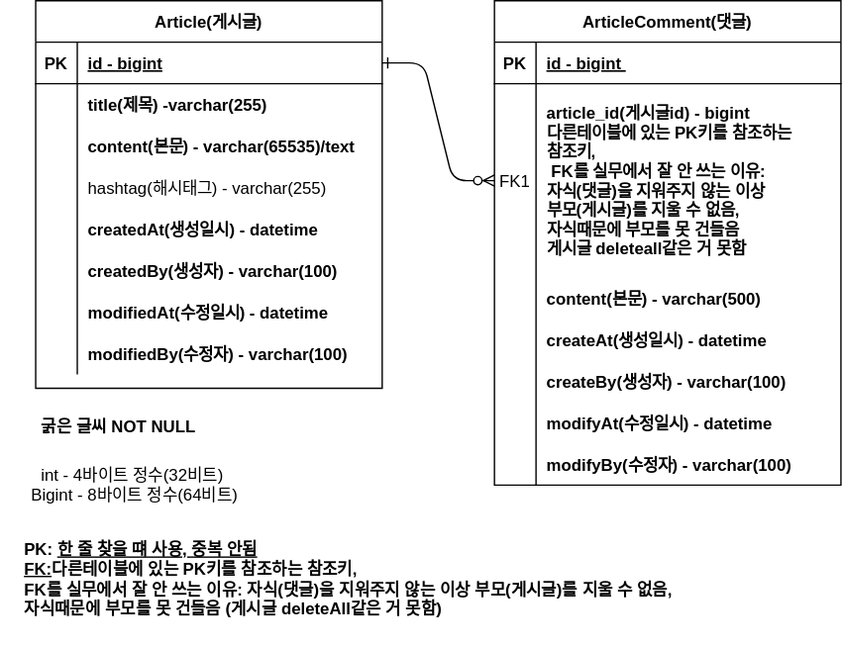
whalestar2/board keeps this draw.io diagram as document/erd.svg. Above is the earlier version. Source tidied: cells renumbered, new cells last; positions are measured from the earlier drawing's top-left corner, leaving out a move shared by most shapes.
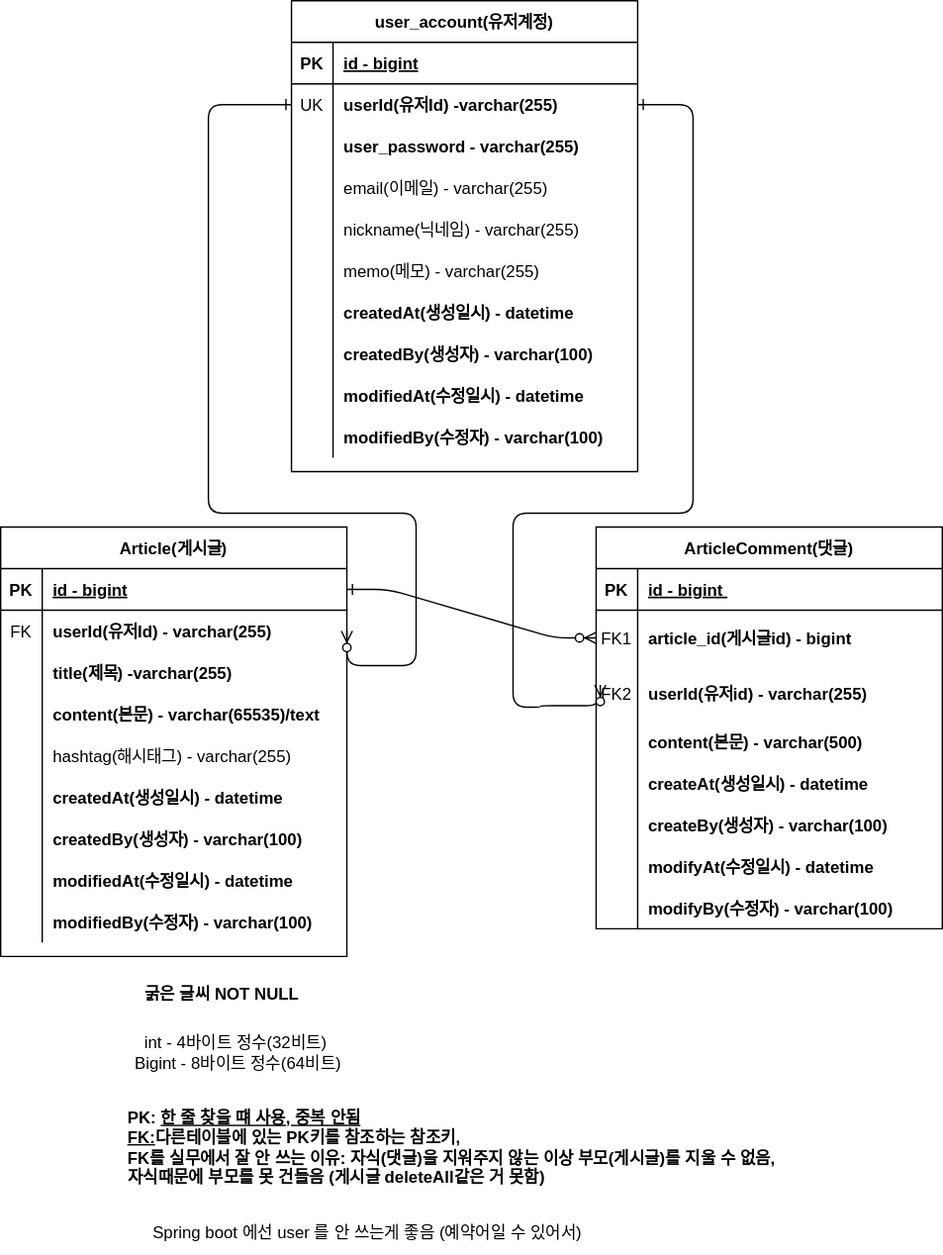
The same diagram one commit later.

The edit, as a diff of the source:
```diff
@@ -5,6 +5,10 @@
     <mxCell id="2" style="edgeStyle=entityRelationEdgeStyle;endArrow=ERzeroToMany;startArrow=ERone;endFill=1;startFill=0;" parent="1" edge="1" source="26" target="7">
-      <mxGeometry relative="1" as="geometry" />
+      <mxGeometry relative="1" as="geometry">
+        <Array as="points">
+          <mxPoint x="265" y="50" />
+        </Array>
+      </mxGeometry>
     </mxCell>
     <mxCell id="3" value="ArticleComment(댓글)" style="shape=table;startSize=30;rowLines=0;fontStyle=1;align=center;" parent="1" vertex="1">
-      <mxGeometry x="356" width="250" height="350" as="geometry" />
+      <mxGeometry x="355" y="-30" width="250" height="290" as="geometry" />
     </mxCell>
@@ -20,12 +24,21 @@
     <mxCell id="7" style="shape=partialRectangle;fillColor=none;points=[[0,0.5],[1,0.5]];portConstraint=eastwest;top=0;left=0;right=0;bottom=0;" parent="3" vertex="1">
-      <mxGeometry y="60" width="250" height="140" as="geometry" />
+      <mxGeometry y="60" width="250" height="40" as="geometry" />
     </mxCell>
     <mxCell id="8" value="FK1" style="shape=partialRectangle;overflow=hidden;fillColor=none;top=0;left=0;bottom=0;right=0;" parent="7" vertex="1">
-      <mxGeometry width="30" height="140" as="geometry" />
+      <mxGeometry width="30" height="40" as="geometry" />
     </mxCell>
-    <mxCell id="9" value="article_id(게시글id) - bigint &#10;다른테이블에 있는 PK키를 참조하는 &#10;참조키,&#10; FK를 실무에서 잘 안 쓰는 이유: &#10;자식(댓글)을 지워주지 않는 이상 &#10;부모(게시글)를 지울 수 없음, &#10;자식때문에 부모를 못 건들음 &#10;게시글 deleteall같은 거 못함" style="shape=partialRectangle;overflow=hidden;fillColor=none;top=0;left=0;bottom=0;right=0;align=left;spacingLeft=6;fontStyle=1;" parent="7" vertex="1">
-      <mxGeometry x="30" width="220" height="140" as="geometry" />
+    <mxCell id="9" value="article_id(게시글id) - bigint " style="shape=partialRectangle;overflow=hidden;fillColor=none;top=0;left=0;bottom=0;right=0;align=left;spacingLeft=6;fontStyle=1;" parent="7" vertex="1">
+      <mxGeometry x="30" width="220" height="40" as="geometry" />
     </mxCell>
+    <mxCell id="53" style="shape=partialRectangle;fillColor=none;points=[[0,0.5],[1,0.5]];portConstraint=eastwest;top=0;left=0;right=0;bottom=0;" parent="3" vertex="1">
+      <mxGeometry y="100" width="250" height="40" as="geometry" />
+    </mxCell>
+    <mxCell id="54" value="FK2" style="shape=partialRectangle;overflow=hidden;fillColor=none;top=0;left=0;bottom=0;right=0;" parent="53" vertex="1">
+      <mxGeometry width="30" height="40" as="geometry" />
+    </mxCell>
+    <mxCell id="55" value="userId(유저id) - varchar(255)" style="shape=partialRectangle;overflow=hidden;fillColor=none;top=0;left=0;bottom=0;right=0;align=left;spacingLeft=6;fontStyle=1;" parent="53" vertex="1">
+      <mxGeometry x="30" width="220" height="40" as="geometry" />
+    </mxCell>
     <mxCell id="10" style="shape=partialRectangle;fillColor=none;top=0;left=0;right=0;bottom=0;" parent="3" vertex="1">
-      <mxGeometry y="200" width="250" height="30" as="geometry" />
+      <mxGeometry y="140" width="250" height="30" as="geometry" />
     </mxCell>
@@ -38,3 +51,3 @@
     <mxCell id="13" style="shape=partialRectangle;fillColor=none;top=0;left=0;right=0;bottom=0;" parent="3" vertex="1">
-      <mxGeometry y="230" width="250" height="30" as="geometry" />
+      <mxGeometry y="170" width="250" height="30" as="geometry" />
     </mxCell>
@@ -47,3 +60,3 @@
     <mxCell id="16" style="shape=partialRectangle;fillColor=none;top=0;left=0;right=0;bottom=0;" parent="3" vertex="1">
-      <mxGeometry y="260" width="250" height="30" as="geometry" />
+      <mxGeometry y="200" width="250" height="30" as="geometry" />
     </mxCell>
@@ -56,3 +69,3 @@
     <mxCell id="19" style="shape=partialRectangle;fillColor=none;top=0;left=0;right=0;bottom=0;" parent="3" vertex="1">
-      <mxGeometry y="290" width="250" height="30" as="geometry" />
+      <mxGeometry y="230" width="250" height="30" as="geometry" />
     </mxCell>
@@ -65,3 +78,3 @@
     <mxCell id="22" style="shape=partialRectangle;fillColor=none;top=0;left=0;right=0;bottom=0;" parent="3" vertex="1">
-      <mxGeometry y="320" width="250" height="30" as="geometry" />
+      <mxGeometry y="260" width="250" height="30" as="geometry" />
     </mxCell>
@@ -74,3 +87,3 @@
     <mxCell id="25" value="Article(게시글)" style="shape=table;startSize=30;rowLines=0;fontStyle=1;align=center;" parent="1" vertex="1">
-      <mxGeometry x="25" width="250" height="280" as="geometry" />
+      <mxGeometry x="-75" y="-30" width="250" height="310" as="geometry" />
     </mxCell>
@@ -88,10 +101,19 @@
     </mxCell>
-    <mxCell id="30" style="shape=partialRectangle;overflow=hidden;fillColor=none;top=0;left=0;bottom=0;right=0;" parent="29" vertex="1">
+    <mxCell id="30" value="FK" style="shape=partialRectangle;overflow=hidden;fillColor=none;top=0;left=0;bottom=0;right=0;" parent="29" vertex="1">
       <mxGeometry width="30" height="30" as="geometry" />
     </mxCell>
-    <mxCell id="31" value="title(제목) -varchar(255)" style="shape=partialRectangle;overflow=hidden;fillColor=none;top=0;left=0;bottom=0;right=0;align=left;spacingLeft=6;fontStyle=1;" parent="29" vertex="1">
+    <mxCell id="31" value="userId(유저Id) - varchar(255)" style="shape=partialRectangle;overflow=hidden;fillColor=none;top=0;left=0;bottom=0;right=0;align=left;spacingLeft=6;fontStyle=1;" parent="29" vertex="1">
       <mxGeometry x="30" width="220" height="30" as="geometry" />
     </mxCell>
+    <mxCell id="56" style="shape=partialRectangle;fillColor=none;top=0;left=0;right=0;bottom=0;" parent="25" vertex="1">
+      <mxGeometry y="90" width="250" height="30" as="geometry" />
+    </mxCell>
+    <mxCell id="57" style="shape=partialRectangle;overflow=hidden;fillColor=none;top=0;left=0;bottom=0;right=0;" parent="56" vertex="1">
+      <mxGeometry width="30" height="30" as="geometry" />
+    </mxCell>
+    <mxCell id="58" value="title(제목) -varchar(255)" style="shape=partialRectangle;overflow=hidden;fillColor=none;top=0;left=0;bottom=0;right=0;align=left;spacingLeft=6;fontStyle=1;" parent="56" vertex="1">
+      <mxGeometry x="30" width="220" height="30" as="geometry" />
+    </mxCell>
     <mxCell id="32" style="shape=partialRectangle;fillColor=none;top=0;left=0;right=0;bottom=0;" parent="25" vertex="1">
-      <mxGeometry y="90" width="250" height="30" as="geometry" />
+      <mxGeometry y="120" width="250" height="30" as="geometry" />
     </mxCell>
@@ -104,3 +126,3 @@
     <mxCell id="35" style="shape=partialRectangle;fillColor=none;top=0;left=0;right=0;bottom=0;" parent="25" vertex="1">
-      <mxGeometry y="120" width="250" height="30" as="geometry" />
+      <mxGeometry y="150" width="250" height="30" as="geometry" />
     </mxCell>
@@ -113,3 +135,3 @@
     <mxCell id="38" style="shape=partialRectangle;fillColor=none;top=0;left=0;right=0;bottom=0;" parent="25" vertex="1">
-      <mxGeometry y="150" width="250" height="30" as="geometry" />
+      <mxGeometry y="180" width="250" height="30" as="geometry" />
     </mxCell>
@@ -122,3 +144,3 @@
     <mxCell id="41" style="shape=partialRectangle;fillColor=none;top=0;left=0;right=0;bottom=0;" parent="25" vertex="1">
-      <mxGeometry y="180" width="250" height="30" as="geometry" />
+      <mxGeometry y="210" width="250" height="30" as="geometry" />
     </mxCell>
@@ -131,3 +153,3 @@
     <mxCell id="44" style="shape=partialRectangle;fillColor=none;top=0;left=0;right=0;bottom=0;" parent="25" vertex="1">
-      <mxGeometry y="210" width="250" height="30" as="geometry" />
+      <mxGeometry y="240" width="250" height="30" as="geometry" />
     </mxCell>
@@ -140,3 +162,3 @@
     <mxCell id="47" style="shape=partialRectangle;fillColor=none;top=0;left=0;right=0;bottom=0;" parent="25" vertex="1">
-      <mxGeometry y="240" width="250" height="30" as="geometry" />
+      <mxGeometry y="270" width="250" height="30" as="geometry" />
     </mxCell>
@@ -157,2 +179,120 @@
     </mxCell>
+    <mxCell id="59" value="Spring boot 에선 user 를 안 쓰는게 좋음 (예약어일 수 있어서)" style="text;html=1;align=center;verticalAlign=middle;whiteSpace=wrap;rounded=0;" parent="1" vertex="1">
+      <mxGeometry x="15" y="465" width="350" height="30" as="geometry" />
+    </mxCell>
+    <mxCell id="60" value="user_account(유저계정)" style="shape=table;startSize=30;rowLines=0;fontStyle=1;align=center;" parent="1" vertex="1">
+      <mxGeometry x="135" y="-410" width="250" height="340" as="geometry" />
+    </mxCell>
+    <mxCell id="61" style="shape=partialRectangle;fillColor=none;top=0;left=0;right=0;bottom=1;" parent="60" vertex="1">
+      <mxGeometry y="30" width="250" height="30" as="geometry" />
+    </mxCell>
+    <mxCell id="62" value="PK" style="shape=partialRectangle;overflow=hidden;fillColor=none;top=0;left=0;bottom=0;right=0;fontStyle=1;" parent="61" vertex="1">
+      <mxGeometry width="30" height="30" as="geometry" />
+    </mxCell>
+    <mxCell id="63" value="id - bigint" style="shape=partialRectangle;overflow=hidden;fillColor=none;top=0;left=0;bottom=0;right=0;align=left;spacingLeft=6;fontStyle=5;" parent="61" vertex="1">
+      <mxGeometry x="30" width="220" height="30" as="geometry" />
+    </mxCell>
+    <mxCell id="64" style="shape=partialRectangle;fillColor=none;points=[[0,0.5],[1,0.5]];portConstraint=eastwest;top=0;left=0;right=0;bottom=0;" parent="60" vertex="1">
+      <mxGeometry y="60" width="250" height="30" as="geometry" />
+    </mxCell>
+    <mxCell id="65" value="UK" style="shape=partialRectangle;overflow=hidden;fillColor=none;top=0;left=0;bottom=0;right=0;" parent="64" vertex="1">
+      <mxGeometry width="30" height="30" as="geometry" />
+    </mxCell>
+    <mxCell id="66" value="userId(유저Id) -varchar(255)" style="shape=partialRectangle;overflow=hidden;fillColor=none;top=0;left=0;bottom=0;right=0;align=left;spacingLeft=6;fontStyle=1;" parent="64" vertex="1">
+      <mxGeometry x="30" width="220" height="30" as="geometry" />
+    </mxCell>
+    <mxCell id="67" style="shape=partialRectangle;fillColor=none;top=0;left=0;right=0;bottom=0;" parent="60" vertex="1">
+      <mxGeometry y="90" width="250" height="30" as="geometry" />
+    </mxCell>
+    <mxCell id="68" style="shape=partialRectangle;overflow=hidden;fillColor=none;top=0;left=0;bottom=0;right=0;" parent="67" vertex="1">
+      <mxGeometry width="30" height="30" as="geometry" />
+    </mxCell>
+    <mxCell id="69" value="user_password - varchar(255)" style="shape=partialRectangle;overflow=hidden;fillColor=none;top=0;left=0;bottom=0;right=0;align=left;spacingLeft=6;fontStyle=1;" parent="67" vertex="1">
+      <mxGeometry x="30" width="220" height="30" as="geometry" />
+    </mxCell>
+    <mxCell id="70" style="shape=partialRectangle;fillColor=none;top=0;left=0;right=0;bottom=0;" parent="60" vertex="1">
+      <mxGeometry y="120" width="250" height="30" as="geometry" />
+    </mxCell>
+    <mxCell id="71" style="shape=partialRectangle;overflow=hidden;fillColor=none;top=0;left=0;bottom=0;right=0;" parent="70" vertex="1">
+      <mxGeometry width="30" height="30" as="geometry" />
+    </mxCell>
+    <mxCell id="72" value="email(이메일) - varchar(255)" style="shape=partialRectangle;overflow=hidden;fillColor=none;top=0;left=0;bottom=0;right=0;align=left;spacingLeft=6;" parent="70" vertex="1">
+      <mxGeometry x="30" width="220" height="30" as="geometry" />
+    </mxCell>
+    <mxCell id="73" style="shape=partialRectangle;fillColor=none;top=0;left=0;right=0;bottom=0;" parent="60" vertex="1">
+      <mxGeometry y="150" width="250" height="30" as="geometry" />
+    </mxCell>
+    <mxCell id="74" style="shape=partialRectangle;overflow=hidden;fillColor=none;top=0;left=0;bottom=0;right=0;" parent="73" vertex="1">
+      <mxGeometry width="30" height="30" as="geometry" />
+    </mxCell>
+    <mxCell id="75" value="nickname(닉네임) - varchar(255)" style="shape=partialRectangle;overflow=hidden;fillColor=none;top=0;left=0;bottom=0;right=0;align=left;spacingLeft=6;" parent="73" vertex="1">
+      <mxGeometry x="30" width="220" height="30" as="geometry" />
+    </mxCell>
+    <mxCell id="76" style="shape=partialRectangle;fillColor=none;top=0;left=0;right=0;bottom=0;" parent="60" vertex="1">
+      <mxGeometry y="180" width="250" height="30" as="geometry" />
+    </mxCell>
+    <mxCell id="77" style="shape=partialRectangle;overflow=hidden;fillColor=none;top=0;left=0;bottom=0;right=0;" parent="76" vertex="1">
+      <mxGeometry width="30" height="30" as="geometry" />
+    </mxCell>
+    <mxCell id="78" value="memo(메모) - varchar(255)" style="shape=partialRectangle;overflow=hidden;fillColor=none;top=0;left=0;bottom=0;right=0;align=left;spacingLeft=6;" parent="76" vertex="1">
+      <mxGeometry x="30" width="220" height="30" as="geometry" />
+    </mxCell>
+    <mxCell id="79" style="shape=partialRectangle;fillColor=none;top=0;left=0;right=0;bottom=0;" parent="60" vertex="1">
+      <mxGeometry y="210" width="250" height="30" as="geometry" />
+    </mxCell>
+    <mxCell id="80" value="            " style="shape=partialRectangle;overflow=hidden;fillColor=none;top=0;left=0;bottom=0;right=0;" parent="79" vertex="1">
+      <mxGeometry width="30" height="30" as="geometry" />
+    </mxCell>
+    <mxCell id="81" value="createdAt(생성일시) - datetime" style="shape=partialRectangle;overflow=hidden;fillColor=none;top=0;left=0;bottom=0;right=0;align=left;spacingLeft=6;fontStyle=1;" parent="79" vertex="1">
+      <mxGeometry x="30" width="220" height="30" as="geometry" />
+    </mxCell>
+    <mxCell id="82" style="shape=partialRectangle;fillColor=none;top=0;left=0;right=0;bottom=0;" parent="60" vertex="1">
+      <mxGeometry y="240" width="250" height="30" as="geometry" />
+    </mxCell>
+    <mxCell id="83" value="            " style="shape=partialRectangle;overflow=hidden;fillColor=none;top=0;left=0;bottom=0;right=0;" parent="82" vertex="1">
+      <mxGeometry width="30" height="30" as="geometry" />
+    </mxCell>
+    <mxCell id="84" value="createdBy(생성자) - varchar(100)" style="shape=partialRectangle;overflow=hidden;fillColor=none;top=0;left=0;bottom=0;right=0;align=left;spacingLeft=6;fontStyle=1;" parent="82" vertex="1">
+      <mxGeometry x="30" width="220" height="30" as="geometry" />
+    </mxCell>
+    <mxCell id="85" style="shape=partialRectangle;fillColor=none;top=0;left=0;right=0;bottom=0;" parent="60" vertex="1">
+      <mxGeometry y="270" width="250" height="30" as="geometry" />
+    </mxCell>
+    <mxCell id="86" value="            " style="shape=partialRectangle;overflow=hidden;fillColor=none;top=0;left=0;bottom=0;right=0;" parent="85" vertex="1">
+      <mxGeometry width="30" height="30" as="geometry" />
+    </mxCell>
+    <mxCell id="87" value="modifiedAt(수정일시) - datetime" style="shape=partialRectangle;overflow=hidden;fillColor=none;top=0;left=0;bottom=0;right=0;align=left;spacingLeft=6;fontStyle=1;" parent="85" vertex="1">
+      <mxGeometry x="30" width="220" height="30" as="geometry" />
+    </mxCell>
+    <mxCell id="88" style="shape=partialRectangle;fillColor=none;top=0;left=0;right=0;bottom=0;" parent="60" vertex="1">
+      <mxGeometry y="300" width="250" height="30" as="geometry" />
+    </mxCell>
+    <mxCell id="89" value="            " style="shape=partialRectangle;overflow=hidden;fillColor=none;top=0;left=0;bottom=0;right=0;" parent="88" vertex="1">
+      <mxGeometry width="30" height="30" as="geometry" />
+    </mxCell>
+    <mxCell id="90" value="modifiedBy(수정자) - varchar(100)" style="shape=partialRectangle;overflow=hidden;fillColor=none;top=0;left=0;bottom=0;right=0;align=left;spacingLeft=6;fontStyle=1;" parent="88" vertex="1">
+      <mxGeometry x="30" width="220" height="30" as="geometry" />
+    </mxCell>
+    <mxCell id="91" style="fontSize=12;html=1;endArrow=ERzeroToMany;endFill=1;rounded=1;exitX=0;exitY=0.5;exitDx=0;exitDy=0;edgeStyle=orthogonalEdgeStyle;entryX=1;entryY=0.5;entryDx=0;entryDy=0;startArrow=ERone;startFill=0;curved=0;" parent="1" edge="1" source="64" target="29">
+      <mxGeometry relative="1" as="geometry">
+        <Array as="points">
+          <mxPoint x="75" y="-335" />
+          <mxPoint x="75" y="-40" />
+          <mxPoint x="225" y="-40" />
+          <mxPoint x="225" y="70" />
+        </Array>
+      </mxGeometry>
+    </mxCell>
+    <mxCell id="92" style="fontSize=12;html=1;endArrow=ERzeroToMany;endFill=1;rounded=1;exitX=1;exitY=0.5;exitDx=0;exitDy=0;edgeStyle=orthogonalEdgeStyle;entryX=0.012;entryY=0.35;entryDx=0;entryDy=0;startArrow=ERone;startFill=0;curved=0;entryPerimeter=0;" parent="1" edge="1" source="64" target="53">
+      <mxGeometry relative="1" as="geometry">
+        <Array as="points">
+          <mxPoint x="425" y="-335" />
+          <mxPoint x="425" y="-40" />
+          <mxPoint x="295" y="-40" />
+          <mxPoint x="295" y="100" />
+          <mxPoint x="315" y="100" />
+          <mxPoint x="315" y="99" />
+        </Array>
+      </mxGeometry>
+    </mxCell>
   </root>
```
